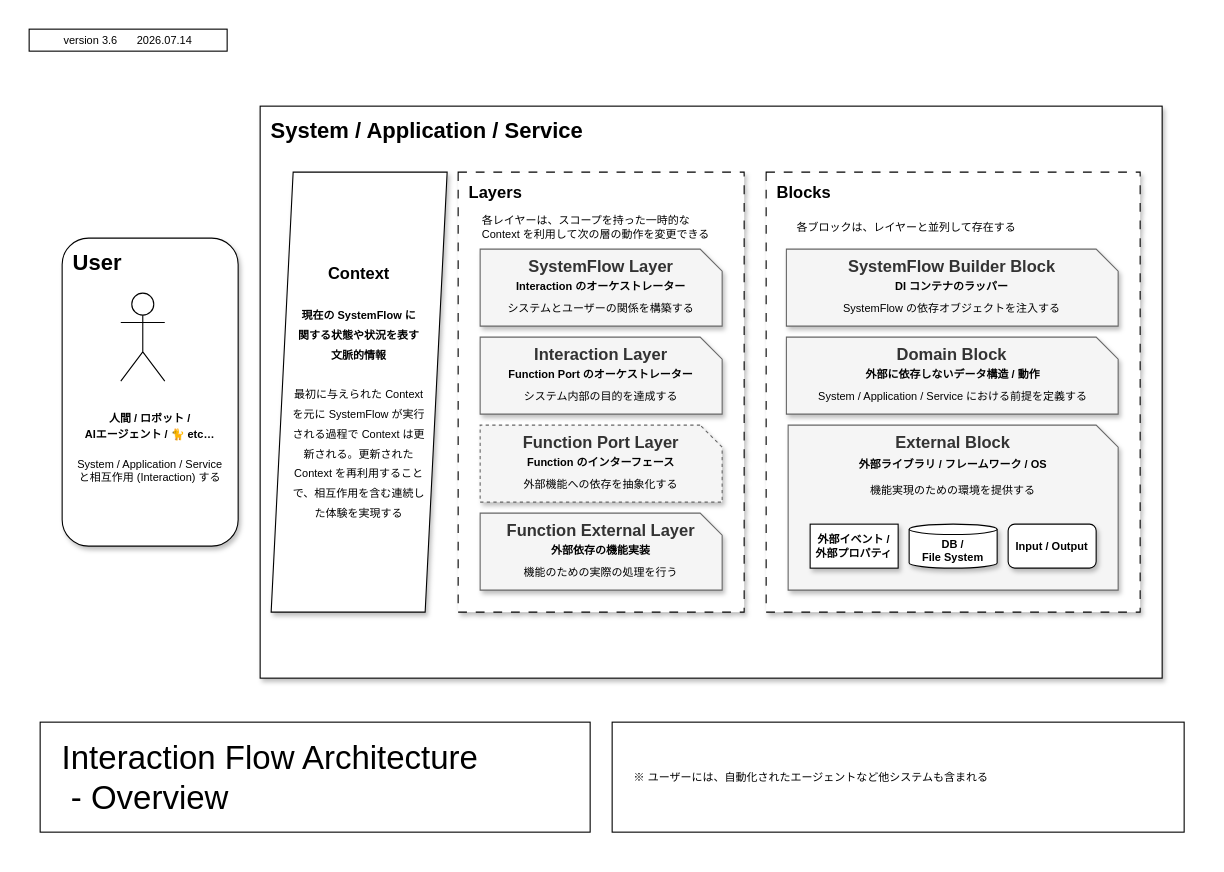
Studio-id-Game/InteractionFlowArchitecture keeps this draw.io diagram as docs/img/src/InteractionFlowArchitecture_Overview.drawio. Above is the earlier version. Source tidied: cells renumbered, new cells numbered last; positions are measured from the earlier drawing's top-left corner, leaving out a move shared by most shapes. Both pictures are drawn from the tidied source at 110%, with x=0, y=0 at pixel (29, 29).
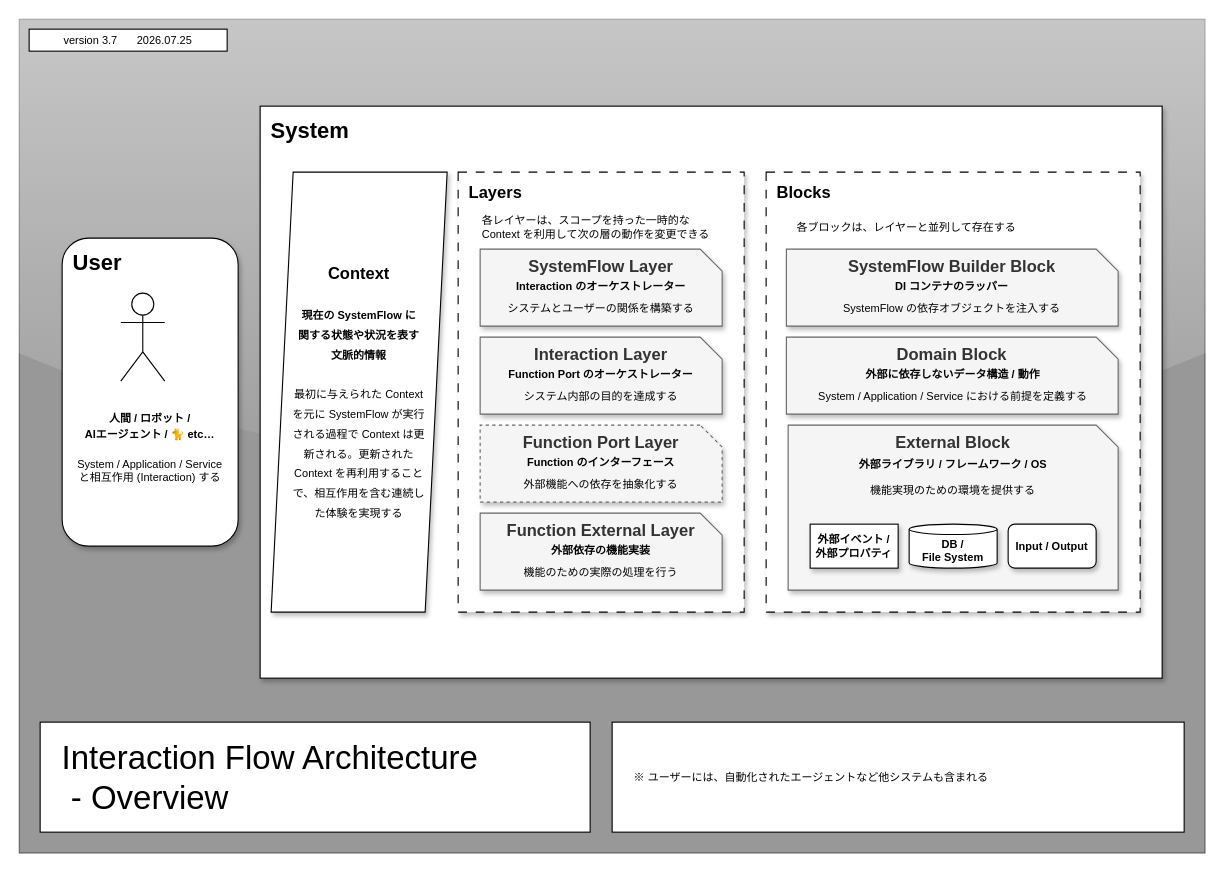
The same page after the edit.

The change refers to these unchanged cells:
```xml
<mxCell id="9" style="group;" parent="1" vertex="1">
  <mxGeometry x="210" y="70" width="820" height="520" as="geometry" />
</mxCell>
```

What changed in the source:
```diff
@@
+    <mxCell id="43" style="whiteSpace=wrap;html=1;fillColor=light-dark(#333333,#333333);strokeWidth=1;strokeColor=default;rounded=0;glass=1;gradientColor=none;perimeterSpacing=0;gradientDirection=south;opacity=50;" parent="1" vertex="1">
+      <mxGeometry x="-9" y="-9" width="1078" height="758" as="geometry" />
+    </mxCell>
@@
-    <mxCell id="4" value="&lt;div&gt;version 3.6&lt;span style=&quot;white-space: pre;&quot;&gt;&#9;&lt;/span&gt;&lt;span style=&quot;background-color: transparent; color: light-dark(rgb(0, 0, 0), rgb(255, 255, 255));&quot;&gt;2026.07.14&lt;/span&gt;&lt;/div&gt;" style="rounded=0;whiteSpace=wrap;html=1;strokeColor=default;align=center;verticalAlign=middle;fontFamily=Arial;fontSize=10;fontColor=default;fillColor=default;shadow=0;" parent="1" vertex="1">
+    <mxCell id="4" value="&lt;div&gt;version 3.7&lt;span style=&quot;white-space: pre;&quot;&gt;&#9;&lt;/span&gt;&lt;span style=&quot;background-color: transparent; color: light-dark(rgb(0, 0, 0), rgb(255, 255, 255));&quot;&gt;2026.07.25&lt;/span&gt;&lt;/div&gt;" style="rounded=0;whiteSpace=wrap;html=1;strokeColor=default;align=center;verticalAlign=middle;fontFamily=Arial;fontSize=10;fontColor=default;fillColor=default;shadow=0;" parent="1" vertex="1">
       <mxGeometry width="180" height="20" as="geometry" />
     </mxCell>
@@
-    <mxCell id="10" value="&lt;span id=&quot;docs-internal-guid-8e1b7a54-7fff-5b65-d4f5-6a64196c08c8&quot;&gt;&lt;p dir=&quot;ltr&quot; style=&quot;line-height: 1.2; margin-top: 0pt; margin-bottom: 0pt;&quot;&gt;&lt;font&gt;&lt;span style=&quot;white-space-collapse: preserve;&quot;&gt;&lt;b&gt;System / Application / Service&lt;/b&gt;&lt;/span&gt;&lt;/font&gt;&lt;/p&gt;&lt;/span&gt;" style="rounded=0;whiteSpace=wrap;html=1;fillColor=default;fontFamily=Arial;fontSize=20;align=left;verticalAlign=top;spacing=5;spacingLeft=5;shadow=1;" parent="9" vertex="1">
+    <mxCell id="10" value="&lt;span id=&quot;docs-internal-guid-8e1b7a54-7fff-5b65-d4f5-6a64196c08c8&quot;&gt;&lt;p dir=&quot;ltr&quot; style=&quot;line-height: 1.2; margin-top: 0pt; margin-bottom: 0pt;&quot;&gt;&lt;font&gt;&lt;span style=&quot;white-space-collapse: preserve;&quot;&gt;&lt;b&gt;System&lt;/b&gt;&lt;/span&gt;&lt;/font&gt;&lt;/p&gt;&lt;/span&gt;" style="rounded=0;whiteSpace=wrap;html=1;fillColor=default;fontFamily=Arial;fontSize=20;align=left;verticalAlign=top;spacing=5;spacingLeft=5;shadow=1;" parent="9" vertex="1">
       <mxGeometry width="820" height="520" as="geometry" />
     </mxCell>
```
